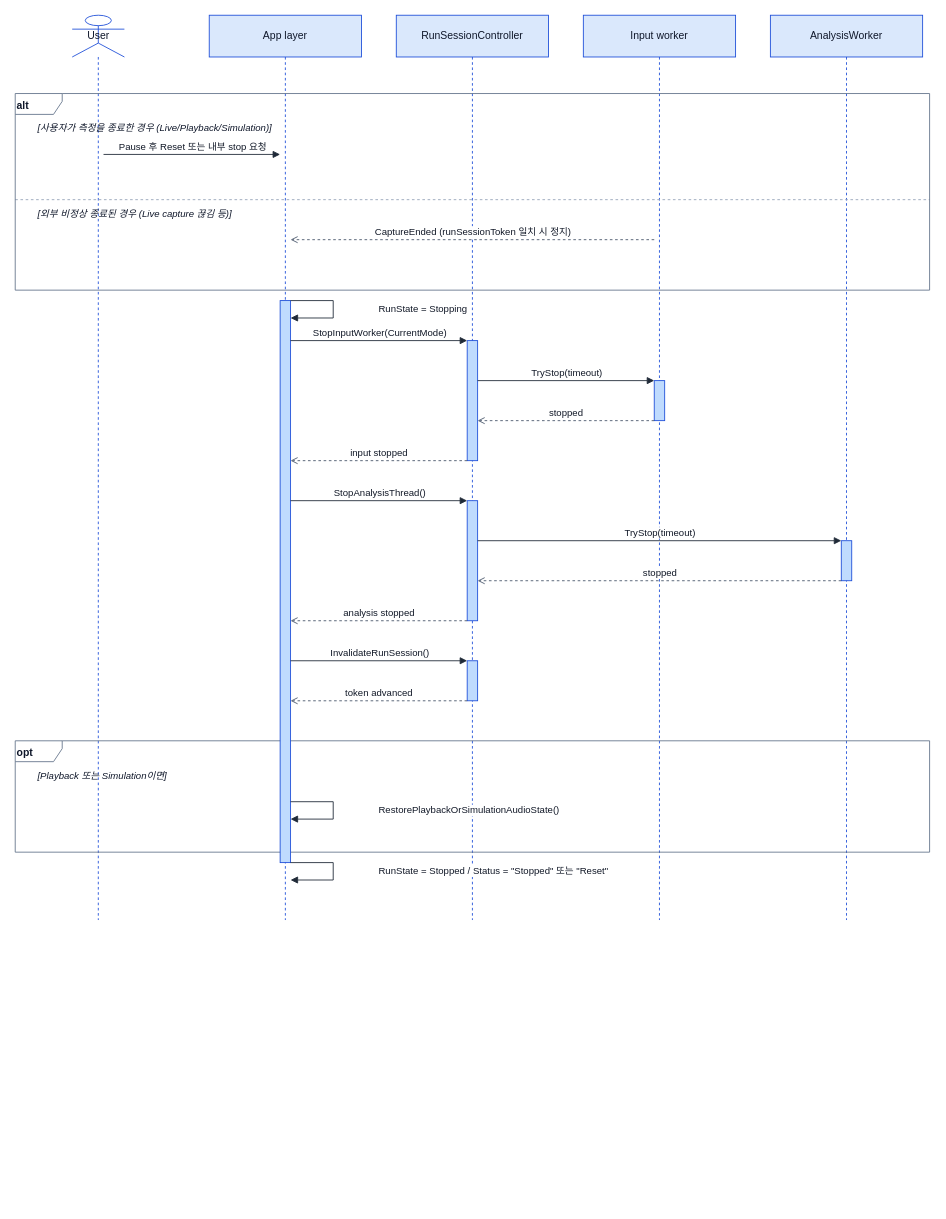
Before: page "Level 2.4 · 측정 종료 (사용자 종료 / 외부 비정상 종료)" (5 of 7) of docs/architecture/Sequence/sequence.drawio in Jae-hong-5/TimeGrapher-Net, a draw.io diagram. Source tidied: cells renumbered, new cells numbered last; positions are measured from the earlier drawing's top-left corner, leaving out a move shared by most shapes. Both pictures are drawn from the tidied source at 87%, with x=0, y=0 at pixel (15, 15).
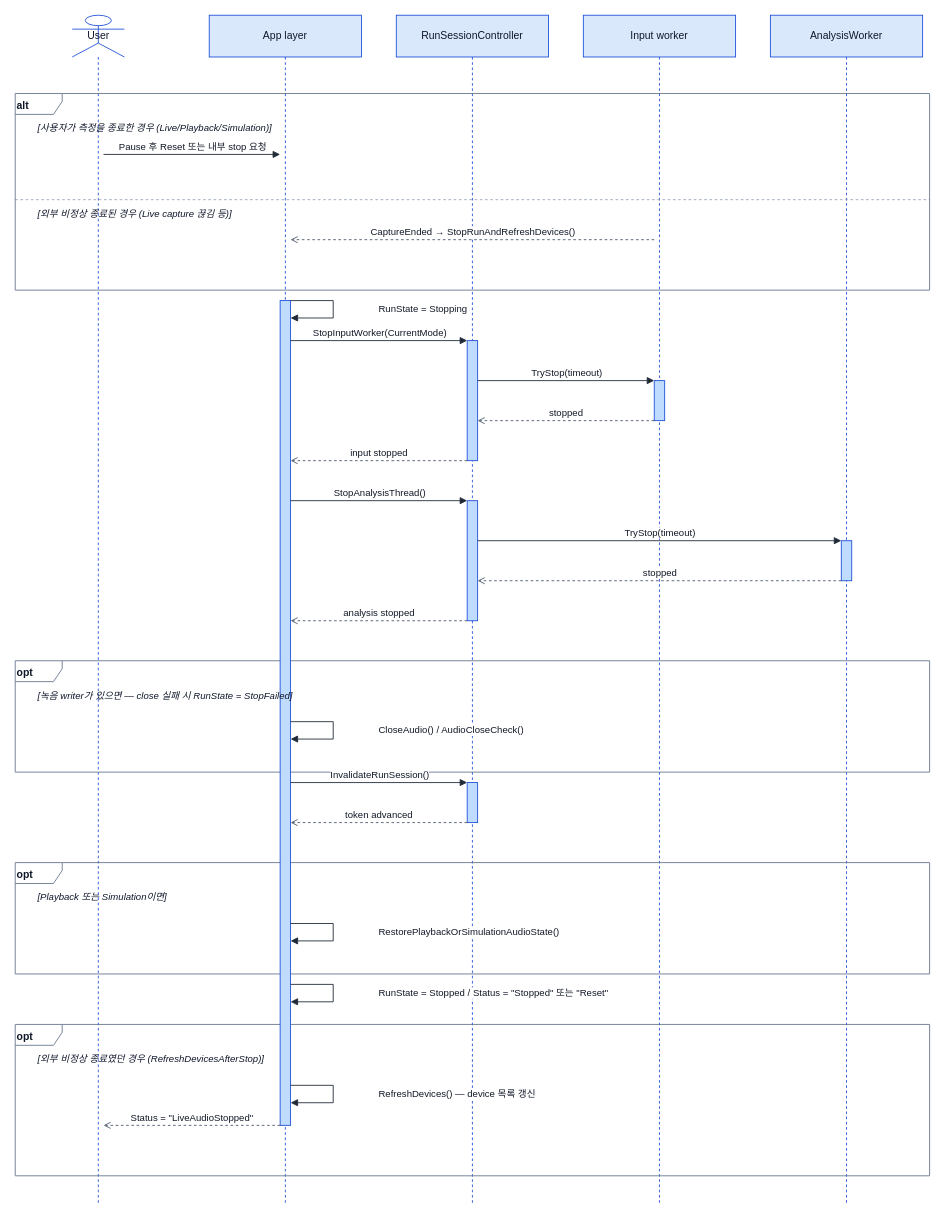
The same diagram, later.

Commit message (it also covers changes not shown here):
docs(sequence): add recording-close gating and fix final-frame semantics in 2.4/2.5

Change to the diagram source:
```diff
@@
     <mxCell id="2" value="User" style="shape=umlLifeline;participant=umlActor;perimeter=lifelinePerimeter;whiteSpace=wrap;html=1;size=48;fillColor=none;strokeColor=#1d4ed8;fontColor=#0f172a;fontSize=12;" parent="1" vertex="1">
-      <mxGeometry x="65.5" width="60" height="1040" as="geometry" />
+      <mxGeometry x="65.5" width="60" height="1366" as="geometry" />
     </mxCell>
     <mxCell id="3" value="App layer" style="shape=umlLifeline;perimeter=lifelinePerimeter;whiteSpace=wrap;html=1;size=48;fillColor=#dae8fc;strokeColor=#1d4ed8;fontColor=#0f172a;fontSize=12;" parent="1" vertex="1">
-      <mxGeometry x="223" width="175" height="1040" as="geometry" />
+      <mxGeometry x="223" width="175" height="1366" as="geometry" />
     </mxCell>
     <mxCell id="4" value="RunSessionController" style="shape=umlLifeline;perimeter=lifelinePerimeter;whiteSpace=wrap;html=1;size=48;fillColor=#dae8fc;strokeColor=#1d4ed8;fontColor=#0f172a;fontSize=12;" parent="1" vertex="1">
-      <mxGeometry x="438" width="175" height="1040" as="geometry" />
+      <mxGeometry x="438" width="175" height="1366" as="geometry" />
     </mxCell>
     <mxCell id="5" value="Input worker" style="shape=umlLifeline;perimeter=lifelinePerimeter;whiteSpace=wrap;html=1;size=48;fillColor=#dae8fc;strokeColor=#1d4ed8;fontColor=#0f172a;fontSize=12;" parent="1" vertex="1">
-      <mxGeometry x="653" width="175" height="1040" as="geometry" />
+      <mxGeometry x="653" width="175" height="1366" as="geometry" />
     </mxCell>
     <mxCell id="6" value="AnalysisWorker" style="shape=umlLifeline;perimeter=lifelinePerimeter;whiteSpace=wrap;html=1;size=48;fillColor=#dae8fc;strokeColor=#1d4ed8;fontColor=#0f172a;fontSize=12;" parent="1" vertex="1">
-      <mxGeometry x="868" width="175" height="1040" as="geometry" />
+      <mxGeometry x="868" width="175" height="1366" as="geometry" />
     </mxCell>
@@
-    <mxCell id="9" value="opt" style="shape=umlFrame;whiteSpace=wrap;html=1;fillColor=none;strokeColor=#64748b;fontColor=#0f172a;fontSize=12;fontStyle=1;width=54;height=24;verticalAlign=top;align=left;" parent="1" vertex="1">
-      <mxGeometry y="834" width="1051" height="128" as="geometry" />
-    </mxCell>
+    <mxCell id="34" value="opt" style="shape=umlFrame;whiteSpace=wrap;html=1;fillColor=none;strokeColor=#64748b;fontColor=#0f172a;fontSize=12;fontStyle=1;width=54;height=24;verticalAlign=top;align=left;" parent="1" vertex="1">
+      <mxGeometry y="742" width="1051" height="128" as="geometry" />
+    </mxCell>
+    <mxCell id="35" value="opt" style="shape=umlFrame;whiteSpace=wrap;html=1;fillColor=none;strokeColor=#64748b;fontColor=#0f172a;fontSize=12;fontStyle=1;width=54;height=24;verticalAlign=top;align=left;" parent="1" vertex="1">
+      <mxGeometry y="974" width="1051" height="128" as="geometry" />
+    </mxCell>
+    <mxCell id="36" value="opt" style="shape=umlFrame;whiteSpace=wrap;html=1;fillColor=none;strokeColor=#64748b;fontColor=#0f172a;fontSize=12;fontStyle=1;width=54;height=24;verticalAlign=top;align=left;" parent="1" vertex="1">
+      <mxGeometry y="1160" width="1051" height="174" as="geometry" />
+    </mxCell>
@@
-    <mxCell id="14" style="html=1;perimeter=orthogonalPerimeter;fillColor=#bfdbfe;strokeColor=#1d4ed8;" parent="1" vertex="1">
-      <mxGeometry x="519.5" y="742" width="12" height="46" as="geometry" />
-    </mxCell>
-    <mxCell id="15" style="html=1;perimeter=orthogonalPerimeter;fillColor=#bfdbfe;strokeColor=#1d4ed8;" parent="1" vertex="1">
-      <mxGeometry x="304.5" y="328" width="12" height="646" as="geometry" />
-    </mxCell>
+    <mxCell id="37" style="html=1;perimeter=orthogonalPerimeter;fillColor=#bfdbfe;strokeColor=#1d4ed8;" parent="1" vertex="1">
+      <mxGeometry x="519.5" y="882" width="12" height="46" as="geometry" />
+    </mxCell>
+    <mxCell id="38" style="html=1;perimeter=orthogonalPerimeter;fillColor=#bfdbfe;strokeColor=#1d4ed8;" parent="1" vertex="1">
+      <mxGeometry x="304.5" y="328" width="12" height="948" as="geometry" />
+    </mxCell>
@@
-    <mxCell id="17" value="CaptureEnded (runSessionToken 일치 시 정지)" style="html=1;verticalAlign=bottom;startArrow=none;endArrow=open;dashed=1;rounded=0;labelBackgroundColor=#ffffff;strokeColor=#475569;fontColor=#111827;labelBorderColor=none;" parent="1" edge="1">
+    <mxCell id="17" value="CaptureEnded → StopRunAndRefreshDevices()" style="html=1;verticalAlign=bottom;startArrow=none;endArrow=open;dashed=1;rounded=0;labelBackgroundColor=#ffffff;strokeColor=#475569;fontColor=#111827;labelBorderColor=none;" parent="1" edge="1">
       <mxGeometry relative="1" as="geometry">
         <mxPoint x="734.5" y="258" as="sourcePoint" />
         <mxPoint x="316.5" y="258" as="targetPoint" />
       </mxGeometry>
     </mxCell>
@@
+    <mxCell id="39" value="CloseAudio() / AudioCloseCheck()" style="html=1;verticalAlign=middle;align=left;startArrow=none;endArrow=block;rounded=0;labelBackgroundColor=#ffffff;strokeColor=#1f2937;fontColor=#111827;labelBorderColor=none;" parent="1" edge="1">
+      <mxGeometry relative="1" as="geometry">
+        <mxPoint x="316.5" y="812" as="sourcePoint" />
+        <mxPoint x="316.5" y="832" as="targetPoint" />
+        <Array as="points">
+          <mxPoint x="365.5" y="812" />
+          <mxPoint x="365.5" y="832" />
+        </Array>
+        <mxPoint x="50" as="offset" />
+      </mxGeometry>
+    </mxCell>
     <mxCell id="27" value="InvalidateRunSession()" style="html=1;verticalAlign=bottom;startArrow=none;endArrow=block;rounded=0;labelBackgroundColor=#ffffff;strokeColor=#1f2937;fontColor=#111827;labelBorderColor=none;" parent="1" edge="1">
       <mxGeometry relative="1" as="geometry">
-        <mxPoint x="316.5" y="742" as="sourcePoint" />
-        <mxPoint x="519.5" y="742" as="targetPoint" />
+        <mxPoint x="316.5" y="882" as="sourcePoint" />
+        <mxPoint x="519.5" y="882" as="targetPoint" />
       </mxGeometry>
     </mxCell>
     <mxCell id="28" value="token advanced" style="html=1;verticalAlign=bottom;startArrow=none;endArrow=open;dashed=1;rounded=0;labelBackgroundColor=#ffffff;strokeColor=#475569;fontColor=#111827;labelBorderColor=none;" parent="1" edge="1">
       <mxGeometry relative="1" as="geometry">
-        <mxPoint x="519.5" y="788" as="sourcePoint" />
-        <mxPoint x="316.5" y="788" as="targetPoint" />
+        <mxPoint x="519.5" y="928" as="sourcePoint" />
+        <mxPoint x="316.5" y="928" as="targetPoint" />
       </mxGeometry>
     </mxCell>
     <mxCell id="29" value="RestorePlaybackOrSimulationAudioState()" style="html=1;verticalAlign=middle;align=left;startArrow=none;endArrow=block;rounded=0;labelBackgroundColor=#ffffff;strokeColor=#1f2937;fontColor=#111827;labelBorderColor=none;" parent="1" edge="1">
       <mxGeometry relative="1" as="geometry">
-        <mxPoint x="316.5" y="904" as="sourcePoint" />
-        <mxPoint x="316.5" y="924" as="targetPoint" />
+        <mxPoint x="316.5" y="1044" as="sourcePoint" />
+        <mxPoint x="316.5" y="1064" as="targetPoint" />
         <Array as="points">
-          <mxPoint x="365.5" y="904" />
-          <mxPoint x="365.5" y="924" />
+          <mxPoint x="365.5" y="1044" />
+          <mxPoint x="365.5" y="1064" />
         </Array>
         <mxPoint x="50" as="offset" />
       </mxGeometry>
     </mxCell>
     <mxCell id="30" value="RunState = Stopped / Status = &quot;Stopped&quot; 또는 &quot;Reset&quot;" style="html=1;verticalAlign=middle;align=left;startArrow=none;endArrow=block;rounded=0;labelBackgroundColor=#ffffff;strokeColor=#1f2937;fontColor=#111827;labelBorderColor=none;" parent="1" edge="1">
       <mxGeometry relative="1" as="geometry">
-        <mxPoint x="316.5" y="974" as="sourcePoint" />
-        <mxPoint x="316.5" y="994" as="targetPoint" />
+        <mxPoint x="316.5" y="1114" as="sourcePoint" />
+        <mxPoint x="316.5" y="1134" as="targetPoint" />
         <Array as="points">
-          <mxPoint x="365.5" y="974" />
-          <mxPoint x="365.5" y="994" />
+          <mxPoint x="365.5" y="1114" />
+          <mxPoint x="365.5" y="1134" />
         </Array>
         <mxPoint x="50" as="offset" />
       </mxGeometry>
     </mxCell>
+    <mxCell id="40" value="RefreshDevices() — device 목록 갱신" style="html=1;verticalAlign=middle;align=left;startArrow=none;endArrow=block;rounded=0;labelBackgroundColor=#ffffff;strokeColor=#1f2937;fontColor=#111827;labelBorderColor=none;" parent="1" edge="1">
+      <mxGeometry relative="1" as="geometry">
+        <mxPoint x="316.5" y="1230" as="sourcePoint" />
+        <mxPoint x="316.5" y="1250" as="targetPoint" />
+        <Array as="points">
+          <mxPoint x="365.5" y="1230" />
+          <mxPoint x="365.5" y="1250" />
+        </Array>
+        <mxPoint x="50" as="offset" />
+      </mxGeometry>
+    </mxCell>
+    <mxCell id="41" value="Status = &quot;LiveAudioStopped&quot;" style="html=1;verticalAlign=bottom;startArrow=none;endArrow=open;dashed=1;rounded=0;labelBackgroundColor=#ffffff;strokeColor=#475569;fontColor=#111827;labelBorderColor=none;" parent="1" edge="1">
+      <mxGeometry relative="1" as="geometry">
+        <mxPoint x="304.5" y="1276" as="sourcePoint" />
+        <mxPoint x="101.5" y="1276" as="targetPoint" />
+      </mxGeometry>
+    </mxCell>
@@
+    <mxCell id="42" value="[녹음 writer가 있으면 — close 실패 시 RunState = StopFailed]" style="text;html=1;strokeColor=none;fillColor=none;align=left;verticalAlign=middle;fontSize=11;fontColor=#0f172a;fontStyle=2;" parent="1" vertex="1">
+      <mxGeometry x="24" y="772" width="1011" height="20" as="geometry" />
+    </mxCell>
     <mxCell id="33" value="[Playback 또는 Simulation이면]" style="text;html=1;strokeColor=none;fillColor=none;align=left;verticalAlign=middle;fontSize=11;fontColor=#0f172a;fontStyle=2;" parent="1" vertex="1">
-      <mxGeometry x="24" y="864" width="1011" height="20" as="geometry" />
+      <mxGeometry x="24" y="1004" width="1011" height="20" as="geometry" />
     </mxCell>
+    <mxCell id="43" value="[외부 비정상 종료였던 경우 (RefreshDevicesAfterStop)]" style="text;html=1;strokeColor=none;fillColor=none;align=left;verticalAlign=middle;fontSize=11;fontColor=#0f172a;fontStyle=2;" parent="1" vertex="1">
+      <mxGeometry x="24" y="1190" width="1011" height="20" as="geometry" />
+    </mxCell>
```
